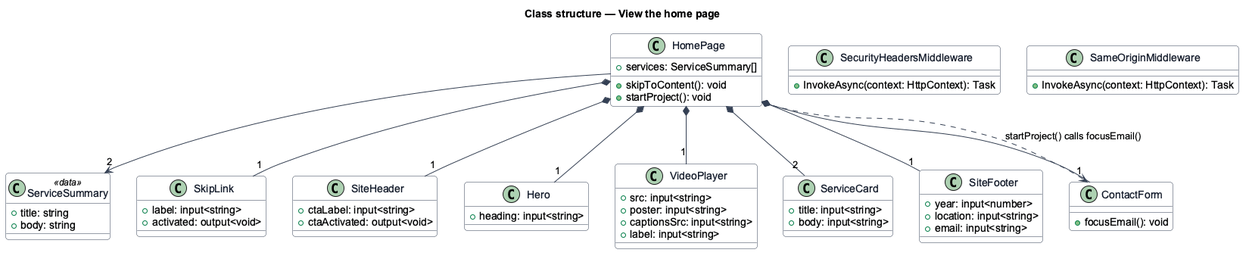
QuinntyneBrown/goodwork keeps this PlantUML diagram as docs/detailed-designs/site/view-home-page/diagrams/class-structure.png. Above is the earlier version.
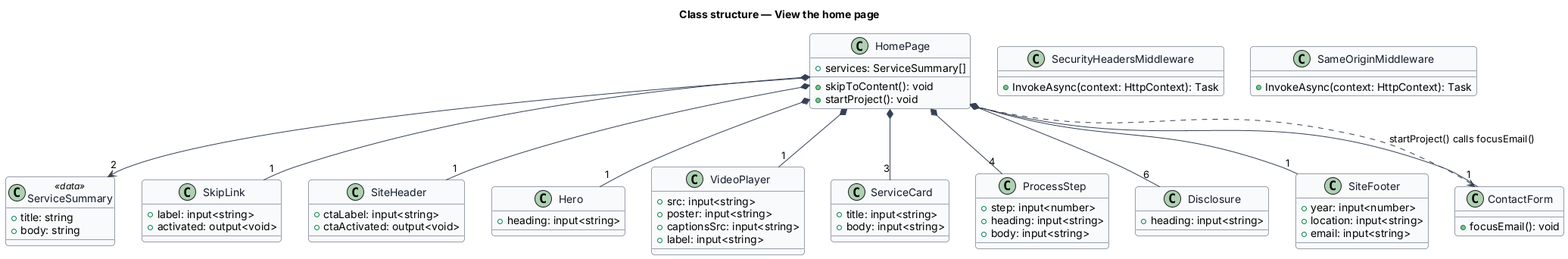
After the commit.

What changed in the source:
```diff
@@ -41,6 +41,14 @@
   +title: input<string>
   +body: input<string>
 }
+class ProcessStep {
+  +step: input<number>
+  +heading: input<string>
+  +body: input<string>
+}
+class Disclosure {
+  +heading: input<string>
+}
 class SiteFooter {
   +year: input<number>
   +location: input<string>
@@ -59,7 +67,9 @@
 HomePage *-- "1" SiteHeader
 HomePage *-- "1" Hero
 HomePage *-- "1" VideoPlayer
-HomePage *-- "2" ServiceCard
+HomePage *-- "3" ServiceCard
+HomePage *-- "4" ProcessStep
+HomePage *-- "6" Disclosure
 HomePage *-- "1" ContactForm
 HomePage *-- "1" SiteFooter
 HomePage --> "2" ServiceSummary
```
